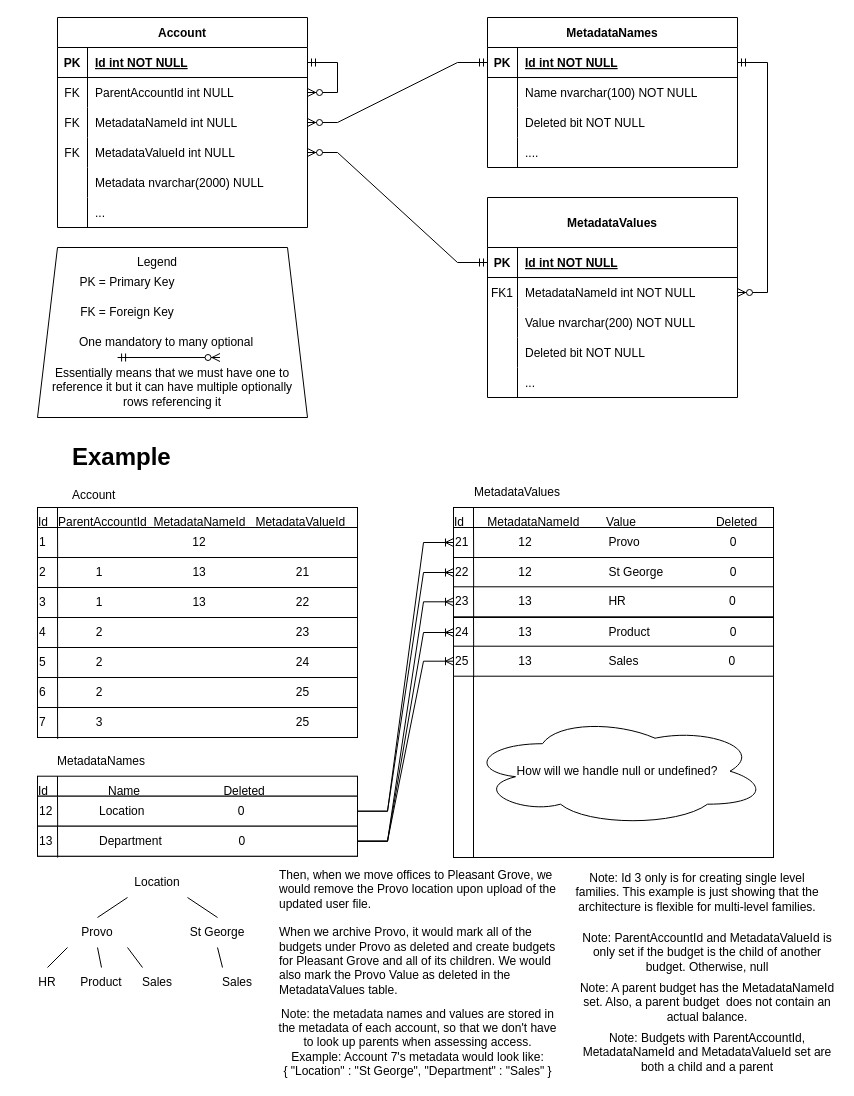
Earlier version of the draw.io diagram Untitled Diagram.drawio (joshuadargan/learning-and-documentation). Source tidied: cells renumbered, new cells numbered last; positions are measured from the earlier drawing's top-left corner, leaving out a move shared by most shapes. Both pictures are drawn from the tidied source at 100%, with x=0, y=0 at pixel (17, 17).
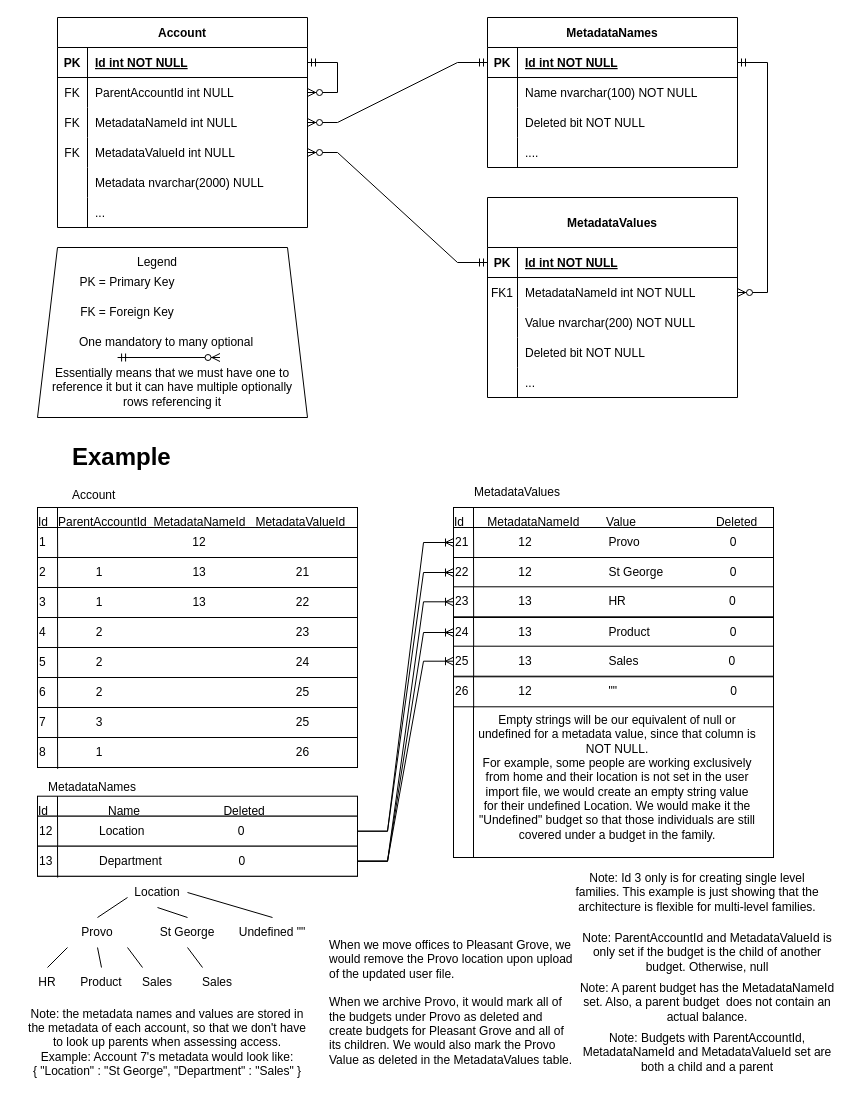
The same page after the edit.

Commit message:
Resolved the not null question

What changed in the source:
```diff
@@
     <mxCell id="66" style="shape=internalStorage;whiteSpace=wrap;html=1;backgroundOutline=1;" parent="1" vertex="1">
-      <mxGeometry x="20" y="758.7" width="320" height="80" as="geometry" />
+      <mxGeometry x="20" y="778.7" width="320" height="80" as="geometry" />
     </mxCell>
     <mxCell id="67" value="Id&amp;nbsp; &amp;nbsp; &amp;nbsp; &amp;nbsp; &amp;nbsp; &amp;nbsp; &amp;nbsp; &amp;nbsp; &amp;nbsp; Name&amp;nbsp; &amp;nbsp; &amp;nbsp; &amp;nbsp; &amp;nbsp; &amp;nbsp; &amp;nbsp; &amp;nbsp; &amp;nbsp; &amp;nbsp; &amp;nbsp; &amp;nbsp; &amp;nbsp;Deleted" style="text;html=1;strokeColor=none;fillColor=none;align=left;verticalAlign=middle;whiteSpace=wrap;rounded=0;" parent="1" vertex="1">
-      <mxGeometry x="19" y="758.7" width="320" height="30" as="geometry" />
+      <mxGeometry x="19" y="778.7" width="320" height="30" as="geometry" />
     </mxCell>
     <mxCell id="68" value="12&amp;nbsp; &amp;nbsp; &amp;nbsp; &amp;nbsp; &amp;nbsp; &amp;nbsp; &amp;nbsp; Location&amp;nbsp; &amp;nbsp; &amp;nbsp; &amp;nbsp; &amp;nbsp; &amp;nbsp; &amp;nbsp; &amp;nbsp; &amp;nbsp; &amp;nbsp; &amp;nbsp; &amp;nbsp; &amp;nbsp; &amp;nbsp; 0" style="rounded=0;whiteSpace=wrap;html=1;align=left;" parent="1" vertex="1">
-      <mxGeometry x="20" y="778.7" width="320" height="30" as="geometry" />
+      <mxGeometry x="20" y="798.7" width="320" height="30" as="geometry" />
     </mxCell>
     <mxCell id="69" style="endArrow=none;html=1;rounded=0;exitX=0.063;exitY=1.044;exitDx=0;exitDy=0;exitPerimeter=0;" parent="1" edge="1" source="68">
       <mxGeometry relative="1" as="geometry">
-        <mxPoint x="40" y="778.7" as="targetPoint" />
+        <mxPoint x="40" y="798.7" as="targetPoint" />
       </mxGeometry>
     </mxCell>
@@
     <mxCell id="72" value="13&amp;nbsp; &amp;nbsp; &amp;nbsp; &amp;nbsp; &amp;nbsp; &amp;nbsp; &amp;nbsp; Department&amp;nbsp; &amp;nbsp; &amp;nbsp; &amp;nbsp; &amp;nbsp; &amp;nbsp; &amp;nbsp; &amp;nbsp; &amp;nbsp; &amp;nbsp; &amp;nbsp; &amp;nbsp;0&amp;nbsp;" style="rounded=0;whiteSpace=wrap;html=1;align=left;" parent="1" vertex="1">
-      <mxGeometry x="20" y="808.7" width="320" height="30" as="geometry" />
+      <mxGeometry x="20" y="828.7" width="320" height="30" as="geometry" />
     </mxCell>
     <mxCell id="73" style="endArrow=none;html=1;rounded=0;exitX=0.063;exitY=1.044;exitDx=0;exitDy=0;exitPerimeter=0;" parent="1" edge="1" source="72">
       <mxGeometry relative="1" as="geometry">
-        <mxPoint x="40" y="808.7" as="targetPoint" />
+        <mxPoint x="40" y="828.7" as="targetPoint" />
       </mxGeometry>
     </mxCell>
     <mxCell id="74" value="MetadataNames" style="text;html=1;strokeColor=none;fillColor=none;align=center;verticalAlign=middle;whiteSpace=wrap;rounded=0;" parent="1" vertex="1">
-      <mxGeometry x="9" y="728.7" width="150" height="30" as="geometry" />
+      <mxGeometry y="755" width="150" height="30" as="geometry" />
     </mxCell>
@@
     <mxCell id="103" value="Location" style="text;html=1;strokeColor=none;fillColor=none;align=center;verticalAlign=middle;whiteSpace=wrap;rounded=0;" parent="1" vertex="1">
-      <mxGeometry x="110" y="850" width="60" height="30" as="geometry" />
+      <mxGeometry x="110" y="860" width="60" height="30" as="geometry" />
     </mxCell>
-    <mxCell id="104" style="endArrow=none;html=1;rounded=0;entryX=0;entryY=1;entryDx=0;entryDy=0;" parent="1" edge="1" target="103">
+    <mxCell id="104" style="endArrow=none;html=1;rounded=0;" parent="1" edge="1">
       <mxGeometry relative="1" as="geometry">
         <mxPoint x="80" y="900" as="sourcePoint" />
+        <mxPoint x="110" y="880" as="targetPoint" />
       </mxGeometry>
     </mxCell>
-    <mxCell id="105" style="endArrow=none;html=1;rounded=0;entryX=1;entryY=1;entryDx=0;entryDy=0;" parent="1" edge="1" target="103">
-      <mxGeometry relative="1" as="geometry">
-        <mxPoint x="200" y="900" as="sourcePoint" />
-      </mxGeometry>
+    <mxCell id="105" style="endArrow=none;html=1;rounded=0;entryX=0.5;entryY=1;entryDx=0;entryDy=0;exitX=0.5;exitY=0;exitDx=0;exitDy=0;" parent="1" edge="1" source="107" target="103">
+      <mxGeometry relative="1" as="geometry" />
     </mxCell>
@@
     <mxCell id="107" value="St George" style="text;html=1;strokeColor=none;fillColor=none;align=center;verticalAlign=middle;whiteSpace=wrap;rounded=0;" parent="1" vertex="1">
-      <mxGeometry x="170" y="900" width="60" height="30" as="geometry" />
+      <mxGeometry x="140" y="900" width="60" height="30" as="geometry" />
     </mxCell>
@@
     <mxCell id="115" value="Sales" style="text;html=1;strokeColor=none;fillColor=none;align=center;verticalAlign=middle;whiteSpace=wrap;rounded=0;" parent="1" vertex="1">
-      <mxGeometry x="190" y="950" width="60" height="30" as="geometry" />
+      <mxGeometry x="170" y="950" width="60" height="30" as="geometry" />
     </mxCell>
-    <mxCell id="116" value="Then, when we move offices to Pleasant Grove, we would remove the Provo location upon upload of the updated user file. &lt;br&gt;&lt;br&gt;When we archive Provo, it would mark all of the budgets under Provo as deleted and create budgets for Pleasant Grove and all of its children. We would also mark the Provo Value as deleted in the MetadataValues table." style="text;html=1;strokeColor=none;fillColor=none;align=left;verticalAlign=middle;whiteSpace=wrap;rounded=0;" parent="1" vertex="1">
-      <mxGeometry x="260" y="870" width="280" height="90" as="geometry" />
+    <mxCell id="116" value="When we move offices to Pleasant Grove, we would remove the Provo location upon upload of the updated user file. &lt;br&gt;&lt;br&gt;When we archive Provo, it would mark all of the budgets under Provo as deleted and create budgets for Pleasant Grove and all of its children. We would also mark the Provo Value as deleted in the MetadataValues table." style="text;html=1;strokeColor=none;fillColor=none;align=left;verticalAlign=middle;whiteSpace=wrap;rounded=0;" parent="1" vertex="1">
+      <mxGeometry x="310" y="940" width="250" height="90" as="geometry" />
     </mxCell>
@@
-    <mxCell id="120" value="How will we handle null or undefined?" style="ellipse;shape=cloud;whiteSpace=wrap;html=1;" parent="1" vertex="1">
-      <mxGeometry x="450" y="698.7" width="300" height="110" as="geometry" />
-    </mxCell>
@@
     <mxCell id="122" value="Note: the metadata names and values are stored in the metadata of each account, so that we don't have to look up parents when assessing access.&lt;br&gt;Example: Account 7's metadata would look like:&lt;br&gt;{ &quot;Location&quot; : &quot;St George&quot;, &quot;Department&quot; : &quot;Sales&quot; }" style="text;html=1;strokeColor=none;fillColor=none;align=center;verticalAlign=middle;whiteSpace=wrap;rounded=0;" parent="1" vertex="1">
-      <mxGeometry x="260" y="1010" width="281" height="30" as="geometry" />
+      <mxGeometry x="10" y="1010" width="280" height="30" as="geometry" />
     </mxCell>
+    <mxCell id="123" value="26&amp;nbsp; &amp;nbsp; &amp;nbsp; &amp;nbsp; &amp;nbsp; &amp;nbsp; &amp;nbsp; &amp;nbsp;12&amp;nbsp; &amp;nbsp; &amp;nbsp; &amp;nbsp; &amp;nbsp; &amp;nbsp; &amp;nbsp; &amp;nbsp; &amp;nbsp; &amp;nbsp; &amp;nbsp; &amp;nbsp;&quot;&quot;&amp;nbsp; &amp;nbsp; &amp;nbsp; &amp;nbsp; &amp;nbsp; &amp;nbsp; &amp;nbsp; &amp;nbsp; &amp;nbsp; &amp;nbsp; &amp;nbsp; &amp;nbsp; &amp;nbsp; &amp;nbsp; &amp;nbsp; &amp;nbsp; &amp;nbsp; 0&amp;nbsp;" style="rounded=0;whiteSpace=wrap;html=1;align=left;" parent="1" vertex="1">
+      <mxGeometry x="436" y="659.3" width="320" height="30" as="geometry" />
+    </mxCell>
+    <mxCell id="124" style="endArrow=none;html=1;rounded=0;exitX=0.063;exitY=1.044;exitDx=0;exitDy=0;exitPerimeter=0;" parent="1" edge="1" source="123">
+      <mxGeometry relative="1" as="geometry">
+        <mxPoint x="456" y="659.3" as="targetPoint" />
+      </mxGeometry>
+    </mxCell>
+    <mxCell id="125" value="Empty strings will be our equivalent of null or undefined for a metadata value, since that column is NOT NULL. &lt;br&gt;For example, some people are working exclusively from home and their location is not set in the user import file, we would create an empty string value for their undefined Location. We would make it the &quot;Undefined&quot; budget so that those individuals are still covered under a budget in the family." style="text;html=1;strokeColor=none;fillColor=none;align=center;verticalAlign=middle;whiteSpace=wrap;rounded=0;" parent="1" vertex="1">
+      <mxGeometry x="460" y="690" width="280" height="140" as="geometry" />
+    </mxCell>
+    <mxCell id="126" value="8&amp;nbsp; &amp;nbsp; &amp;nbsp; &amp;nbsp; &amp;nbsp; &amp;nbsp; &amp;nbsp; &amp;nbsp;1&amp;nbsp; &amp;nbsp; &amp;nbsp; &amp;nbsp; &amp;nbsp; &amp;nbsp; &amp;nbsp; &amp;nbsp; &amp;nbsp; &amp;nbsp; &amp;nbsp; &amp;nbsp; &amp;nbsp; &amp;nbsp; &amp;nbsp; &amp;nbsp; &amp;nbsp; &amp;nbsp; &amp;nbsp; &amp;nbsp; &amp;nbsp; &amp;nbsp; &amp;nbsp; &amp;nbsp; &amp;nbsp; &amp;nbsp; &amp;nbsp; &amp;nbsp; &amp;nbsp; 26&amp;nbsp; &amp;nbsp; &amp;nbsp;" style="rounded=0;whiteSpace=wrap;html=1;align=left;" parent="1" vertex="1">
+      <mxGeometry x="20" y="720" width="320" height="30" as="geometry" />
+    </mxCell>
+    <mxCell id="127" style="endArrow=none;html=1;rounded=0;exitX=0.063;exitY=1.044;exitDx=0;exitDy=0;exitPerimeter=0;" parent="1" edge="1" source="126">
+      <mxGeometry relative="1" as="geometry">
+        <mxPoint x="40" y="720" as="targetPoint" />
+      </mxGeometry>
+    </mxCell>
+    <mxCell id="128" style="endArrow=none;html=1;rounded=0;entryX=1;entryY=0.5;entryDx=0;entryDy=0;exitX=0.5;exitY=0;exitDx=0;exitDy=0;" parent="1" edge="1" source="129" target="103">
+      <mxGeometry relative="1" as="geometry" />
+    </mxCell>
+    <mxCell id="129" value="Undefined &quot;&quot;" style="text;html=1;strokeColor=none;fillColor=none;align=center;verticalAlign=middle;whiteSpace=wrap;rounded=0;" parent="1" vertex="1">
+      <mxGeometry x="210" y="900" width="90" height="30" as="geometry" />
+    </mxCell>
```
